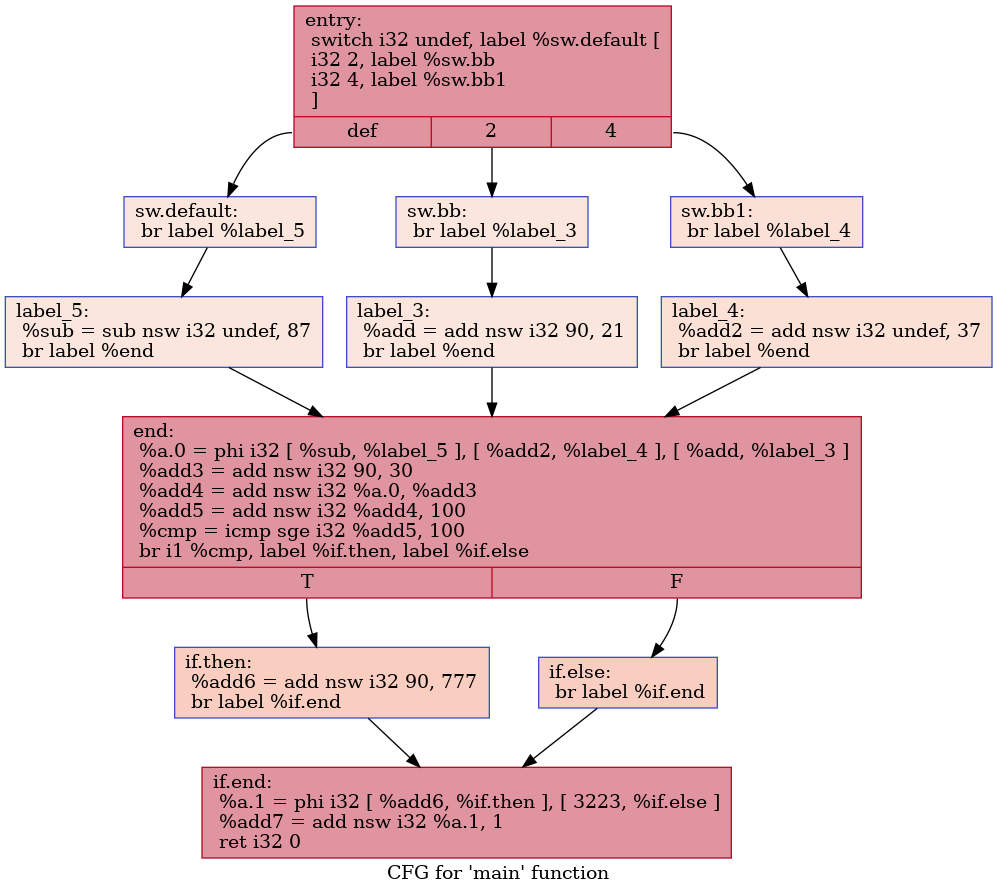
Above: IR/cfg/baseline.dot.png in HPSSA-LLVM/HPSSA-LLVM (Graphviz), before the change. Its source is kept beside it as IR/cfg/baseline.dot.
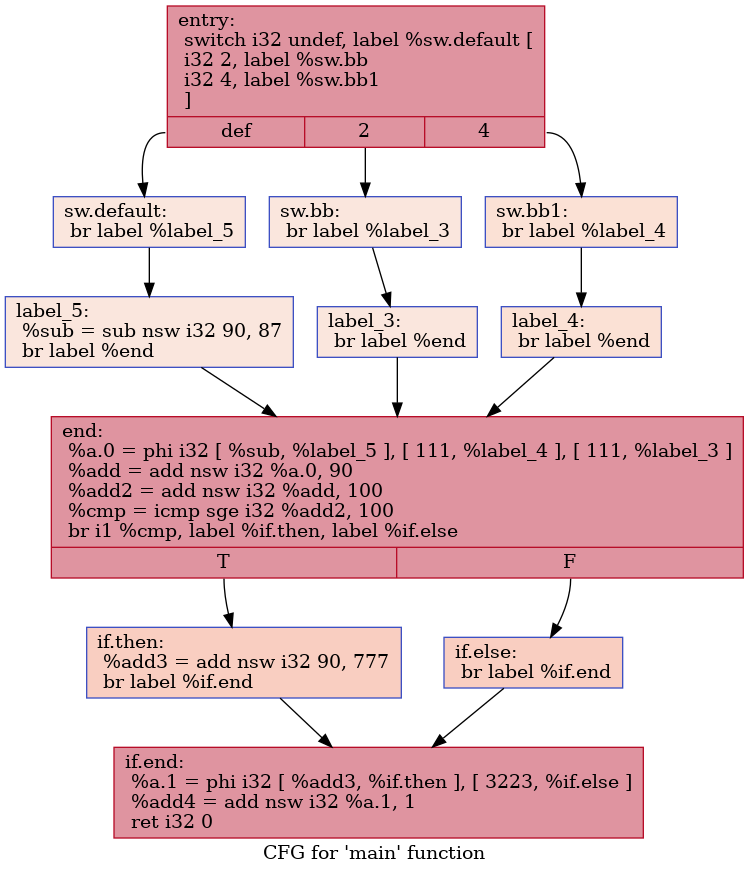
After the change.

Diff of the diagram source:
```diff
@@ -1,28 +1,28 @@
 digraph "CFG for 'main' function" {
 	label="CFG for 'main' function";
 
-	Node0x5618d3354840 [shape=record,color="#b70d28ff", style=filled, fillcolor="#b70d2870",label="{entry:\l  switch i32 undef, label %sw.default [\l    i32 2, label %sw.bb\l    i32 4, label %sw.bb1\l  ]\l|{<s0>def|<s1>2|<s2>4}}"];
-	Node0x5618d3354840:s0 -> Node0x5618d3354da0;
-	Node0x5618d3354840:s1 -> Node0x5618d3354e20;
-	Node0x5618d3354840:s2 -> Node0x5618d3354ec0;
-	Node0x5618d3354e20 [shape=record,color="#3d50c3ff", style=filled, fillcolor="#f3c7b170",label="{sw.bb:                                            \l  br label %label_3\l}"];
-	Node0x5618d3354e20 -> Node0x5618d3355050;
-	Node0x5618d3354ec0 [shape=record,color="#3d50c3ff", style=filled, fillcolor="#f7bca170",label="{sw.bb1:                                           \l  br label %label_4\l}"];
-	Node0x5618d3354ec0 -> Node0x5618d3355130;
-	Node0x5618d3354da0 [shape=record,color="#3d50c3ff", style=filled, fillcolor="#f3c7b170",label="{sw.default:                                       \l  br label %label_5\l}"];
-	Node0x5618d3354da0 -> Node0x5618d3355210;
-	Node0x5618d3355050 [shape=record,color="#3d50c3ff", style=filled, fillcolor="#f3c7b170",label="{label_3:                                          \l  %add = add nsw i32 90, 21\l  br label %end\l}"];
-	Node0x5618d3355050 -> Node0x5618d3355400;
-	Node0x5618d3355130 [shape=record,color="#3d50c3ff", style=filled, fillcolor="#f7bca170",label="{label_4:                                          \l  %add2 = add nsw i32 undef, 37\l  br label %end\l}"];
-	Node0x5618d3355130 -> Node0x5618d3355400;
-	Node0x5618d3355210 [shape=record,color="#3d50c3ff", style=filled, fillcolor="#f3c7b170",label="{label_5:                                          \l  %sub = sub nsw i32 undef, 87\l  br label %end\l}"];
-	Node0x5618d3355210 -> Node0x5618d3355400;
-	Node0x5618d3355400 [shape=record,color="#b70d28ff", style=filled, fillcolor="#b70d2870",label="{end:                                              \l  %a.0 = phi i32 [ %sub, %label_5 ], [ %add2, %label_4 ], [ %add, %label_3 ]\l  %add3 = add nsw i32 90, 30\l  %add4 = add nsw i32 %a.0, %add3\l  %add5 = add nsw i32 %add4, 100\l  %cmp = icmp sge i32 %add5, 100\l  br i1 %cmp, label %if.then, label %if.else\l|{<s0>T|<s1>F}}"];
-	Node0x5618d3355400:s0 -> Node0x5618d3355d30;
-	Node0x5618d3355400:s1 -> Node0x5618d3355da0;
-	Node0x5618d3355d30 [shape=record,color="#3d50c3ff", style=filled, fillcolor="#f2907270",label="{if.then:                                          \l  %add6 = add nsw i32 90, 777\l  br label %if.end\l}"];
-	Node0x5618d3355d30 -> Node0x5618d3355fa0;
-	Node0x5618d3355da0 [shape=record,color="#3d50c3ff", style=filled, fillcolor="#f2907270",label="{if.else:                                          \l  br label %if.end\l}"];
-	Node0x5618d3355da0 -> Node0x5618d3355fa0;
-	Node0x5618d3355fa0 [shape=record,color="#b70d28ff", style=filled, fillcolor="#b70d2870",label="{if.end:                                           \l  %a.1 = phi i32 [ %add6, %if.then ], [ 3223, %if.else ]\l  %add7 = add nsw i32 %a.1, 1\l  ret i32 0\l}"];
+	Node0x5577358f97e0 [shape=record,color="#b70d28ff", style=filled, fillcolor="#b70d2870",label="{entry:\l  switch i32 undef, label %sw.default [\l    i32 2, label %sw.bb\l    i32 4, label %sw.bb1\l  ]\l|{<s0>def|<s1>2|<s2>4}}"];
+	Node0x5577358f97e0:s0 -> Node0x5577358f9d40;
+	Node0x5577358f97e0:s1 -> Node0x5577358f9dc0;
+	Node0x5577358f97e0:s2 -> Node0x5577358f9e60;
+	Node0x5577358f9dc0 [shape=record,color="#3d50c3ff", style=filled, fillcolor="#f3c7b170",label="{sw.bb:                                            \l  br label %label_3\l}"];
+	Node0x5577358f9dc0 -> Node0x5577358f9ff0;
+	Node0x5577358f9e60 [shape=record,color="#3d50c3ff", style=filled, fillcolor="#f7bca170",label="{sw.bb1:                                           \l  br label %label_4\l}"];
+	Node0x5577358f9e60 -> Node0x5577358fa0d0;
+	Node0x5577358f9d40 [shape=record,color="#3d50c3ff", style=filled, fillcolor="#f3c7b170",label="{sw.default:                                       \l  br label %label_5\l}"];
+	Node0x5577358f9d40 -> Node0x5577358fa1b0;
+	Node0x5577358f9ff0 [shape=record,color="#3d50c3ff", style=filled, fillcolor="#f3c7b170",label="{label_3:                                          \l  br label %end\l}"];
+	Node0x5577358f9ff0 -> Node0x5577358fa290;
+	Node0x5577358fa0d0 [shape=record,color="#3d50c3ff", style=filled, fillcolor="#f7bca170",label="{label_4:                                          \l  br label %end\l}"];
+	Node0x5577358fa0d0 -> Node0x5577358fa290;
+	Node0x5577358fa1b0 [shape=record,color="#3d50c3ff", style=filled, fillcolor="#f3c7b170",label="{label_5:                                          \l  %sub = sub nsw i32 90, 87\l  br label %end\l}"];
+	Node0x5577358fa1b0 -> Node0x5577358fa290;
+	Node0x5577358fa290 [shape=record,color="#b70d28ff", style=filled, fillcolor="#b70d2870",label="{end:                                              \l  %a.0 = phi i32 [ %sub, %label_5 ], [ 111, %label_4 ], [ 111, %label_3 ]\l  %add = add nsw i32 %a.0, 90\l  %add2 = add nsw i32 %add, 100\l  %cmp = icmp sge i32 %add2, 100\l  br i1 %cmp, label %if.then, label %if.else\l|{<s0>T|<s1>F}}"];
+	Node0x5577358fa290:s0 -> Node0x5577358faa60;
+	Node0x5577358fa290:s1 -> Node0x5577358faad0;
+	Node0x5577358faa60 [shape=record,color="#3d50c3ff", style=filled, fillcolor="#f2907270",label="{if.then:                                          \l  %add3 = add nsw i32 90, 777\l  br label %if.end\l}"];
+	Node0x5577358faa60 -> Node0x5577358facd0;
+	Node0x5577358faad0 [shape=record,color="#3d50c3ff", style=filled, fillcolor="#f2907270",label="{if.else:                                          \l  br label %if.end\l}"];
+	Node0x5577358faad0 -> Node0x5577358facd0;
+	Node0x5577358facd0 [shape=record,color="#b70d28ff", style=filled, fillcolor="#b70d2870",label="{if.end:                                           \l  %a.1 = phi i32 [ %add3, %if.then ], [ 3223, %if.else ]\l  %add4 = add nsw i32 %a.1, 1\l  ret i32 0\l}"];
 }
```
